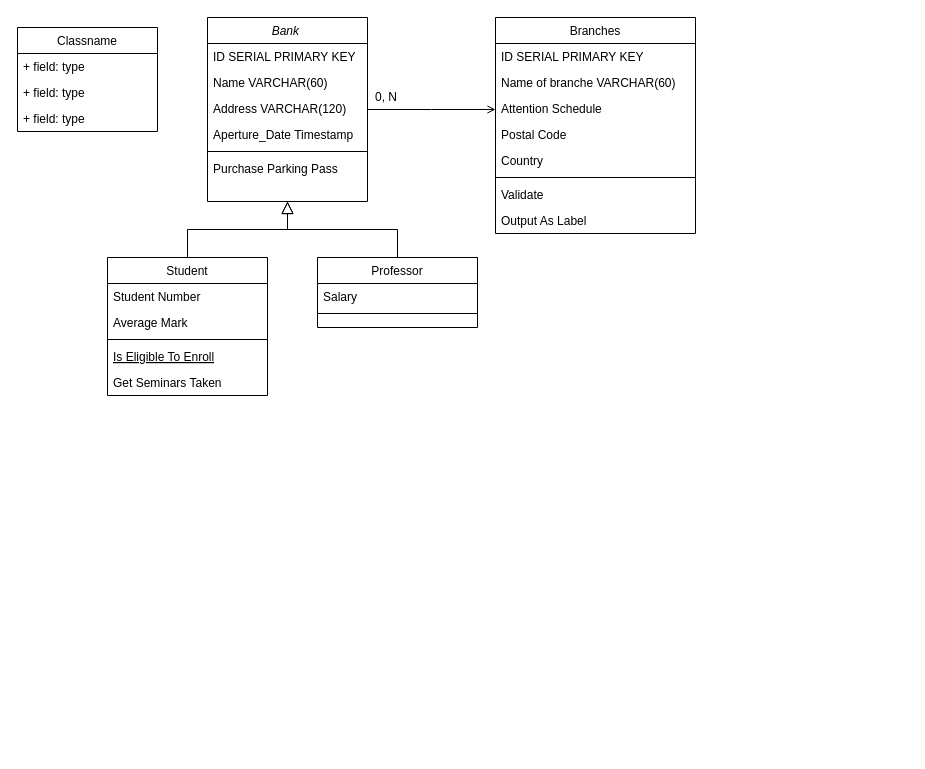
Earlier version of the draw.io diagram Untitled Diagram.drawio (ragarsa/Data_Base). Source tidied: cells renumbered, new cells numbered last; positions are measured from the earlier drawing's top-left corner, leaving out a move shared by most shapes. Both pictures are drawn from the tidied source at 100%, with x=0, y=0 at pixel (17, 17).
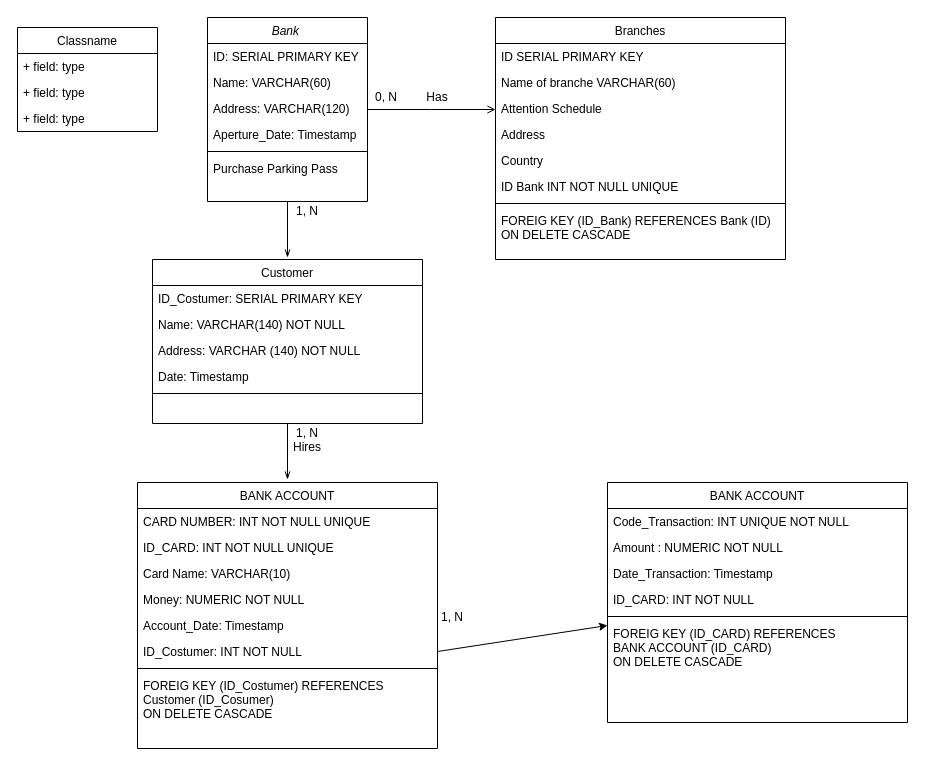
The same page after the edit.

The change refers to these unchanged cells:
```xml
<mxCell id="2" value="Bank " style="swimlane;fontStyle=2;align=center;verticalAlign=top;horizontal=1;startSize=26;rounded=0;shadow=0;strokeWidth=1;" parent="1" vertex="1">
  <mxGeometry x="190" width="160" height="184" as="geometry" />
</mxCell>
```

The edit, as a diff of the source:
```diff
@@
-    <mxCell id="3" value="ID SERIAL PRIMARY KEY" style="text;align=left;verticalAlign=top;spacingLeft=4;spacingRight=4;overflow=hidden;" parent="2" vertex="1">
+    <mxCell id="3" value="ID: SERIAL PRIMARY KEY" style="text;align=left;verticalAlign=top;spacingLeft=4;spacingRight=4;overflow=hidden;" parent="2" vertex="1">
       <mxGeometry y="26" width="160" height="26" as="geometry" />
     </mxCell>
-    <mxCell id="4" value="Name VARCHAR(60) " style="text;align=left;verticalAlign=top;spacingLeft=4;spacingRight=4;overflow=hidden;rounded=0;shadow=0;html=0;" parent="2" vertex="1">
+    <mxCell id="4" value="Name: VARCHAR(60) " style="text;align=left;verticalAlign=top;spacingLeft=4;spacingRight=4;overflow=hidden;rounded=0;shadow=0;html=0;" parent="2" vertex="1">
       <mxGeometry y="52" width="160" height="26" as="geometry" />
     </mxCell>
-    <mxCell id="5" value="Address VARCHAR(120)" style="text;align=left;verticalAlign=top;spacingLeft=4;spacingRight=4;overflow=hidden;" parent="2" vertex="1">
+    <mxCell id="5" value="Address: VARCHAR(120)" style="text;align=left;verticalAlign=top;spacingLeft=4;spacingRight=4;overflow=hidden;" parent="2" vertex="1">
       <mxGeometry y="78" width="160" height="26" as="geometry" />
     </mxCell>
-    <mxCell id="6" value="Aperture_Date Timestamp" style="text;align=left;verticalAlign=top;spacingLeft=4;spacingRight=4;overflow=hidden;rounded=0;shadow=0;html=0;" parent="2" vertex="1">
+    <mxCell id="6" value="Aperture_Date: Timestamp" style="text;align=left;verticalAlign=top;spacingLeft=4;spacingRight=4;overflow=hidden;rounded=0;shadow=0;html=0;" parent="2" vertex="1">
       <mxGeometry y="104" width="160" height="26" as="geometry" />
     </mxCell>
@@
-    <mxCell id="9" value="Student" style="swimlane;fontStyle=0;align=center;verticalAlign=top;horizontal=1;startSize=26;rounded=0;shadow=0;strokeWidth=1;" parent="1" vertex="1">
-      <mxGeometry x="90" y="240" width="160" height="138" as="geometry" />
+    <mxCell id="9" value="BANK ACCOUNT" style="swimlane;fontStyle=0;align=center;verticalAlign=top;horizontal=1;startSize=26;rounded=0;shadow=0;strokeWidth=1;" parent="1" vertex="1">
+      <mxGeometry x="120" y="465" width="300" height="266" as="geometry" />
     </mxCell>
-    <mxCell id="10" value="Student Number" style="text;align=left;verticalAlign=top;spacingLeft=4;spacingRight=4;overflow=hidden;" parent="9" vertex="1">
-      <mxGeometry y="26" width="160" height="26" as="geometry" />
+    <mxCell id="10" value="CARD NUMBER: INT NOT NULL UNIQUE " style="text;align=left;verticalAlign=top;spacingLeft=4;spacingRight=4;overflow=hidden;" parent="9" vertex="1">
+      <mxGeometry y="26" width="300" height="26" as="geometry" />
     </mxCell>
+    <mxCell id="35" value="ID_CARD: INT NOT NULL UNIQUE" style="text;align=left;verticalAlign=top;spacingLeft=4;spacingRight=4;overflow=hidden;" parent="9" vertex="1">
+      <mxGeometry y="52" width="300" height="26" as="geometry" />
+    </mxCell>
-    <mxCell id="11" value="Average Mark" style="text;align=left;verticalAlign=top;spacingLeft=4;spacingRight=4;overflow=hidden;rounded=0;shadow=0;html=0;" parent="9" vertex="1">
-      <mxGeometry y="52" width="160" height="26" as="geometry" />
+    <mxCell id="11" value="Card Name: VARCHAR(10)" style="text;align=left;verticalAlign=top;spacingLeft=4;spacingRight=4;overflow=hidden;rounded=0;shadow=0;html=0;" parent="9" vertex="1">
+      <mxGeometry y="78" width="300" height="26" as="geometry" />
     </mxCell>
+    <mxCell id="36" value="Money: NUMERIC NOT NULL" style="text;align=left;verticalAlign=top;spacingLeft=4;spacingRight=4;overflow=hidden;rounded=0;shadow=0;html=0;" parent="9" vertex="1">
+      <mxGeometry y="104" width="300" height="26" as="geometry" />
+    </mxCell>
+    <mxCell id="37" value="Account_Date: Timestamp" style="text;align=left;verticalAlign=top;spacingLeft=4;spacingRight=4;overflow=hidden;rounded=0;shadow=0;html=0;" parent="9" vertex="1">
+      <mxGeometry y="130" width="300" height="26" as="geometry" />
+    </mxCell>
+    <mxCell id="38" value="ID_Costumer: INT NOT NULL" style="text;align=left;verticalAlign=top;spacingLeft=4;spacingRight=4;overflow=hidden;points=[[0,0.5],[1,0.5]];portConstraint=eastwest;rounded=0;shadow=0;html=0;" parent="9" vertex="1">
+      <mxGeometry y="156" width="300" height="26" as="geometry" />
+    </mxCell>
     <mxCell id="12" style="line;html=1;strokeWidth=1;align=left;verticalAlign=middle;spacingTop=-1;spacingLeft=3;spacingRight=3;labelPosition=right;" parent="9" vertex="1">
-      <mxGeometry y="78" width="160" height="8" as="geometry" />
+      <mxGeometry y="182" width="300" height="8" as="geometry" />
     </mxCell>
-    <mxCell id="13" value="Is Eligible To Enroll" style="text;align=left;verticalAlign=top;spacingLeft=4;spacingRight=4;overflow=hidden;fontStyle=4;" parent="9" vertex="1">
-      <mxGeometry y="86" width="160" height="26" as="geometry" />
-    </mxCell>
-    <mxCell id="14" value="Get Seminars Taken" style="text;align=left;verticalAlign=top;spacingLeft=4;spacingRight=4;overflow=hidden;" parent="9" vertex="1">
-      <mxGeometry y="112" width="160" height="26" as="geometry" />
+    <mxCell id="14" value="FOREIG KEY (ID_Costumer) REFERENCES &#10;Customer (ID_Cosumer) &#10;ON DELETE CASCADE" style="text;align=left;verticalAlign=top;spacingLeft=4;spacingRight=4;overflow=hidden;" parent="9" vertex="1">
+      <mxGeometry y="190" width="300" height="76" as="geometry" />
     </mxCell>
-    <mxCell id="15" style="endArrow=block;endSize=10;endFill=0;shadow=0;strokeWidth=1;rounded=0;edgeStyle=elbowEdgeStyle;elbow=vertical;" parent="1" edge="1" source="9" target="2">
-      <mxGeometry relative="1" as="geometry" />
-    </mxCell>
-    <mxCell id="16" value="Professor" style="swimlane;fontStyle=0;align=center;verticalAlign=top;horizontal=1;startSize=26;rounded=0;shadow=0;strokeWidth=1;" parent="1" vertex="1">
-      <mxGeometry x="300" y="240" width="160" height="70" as="geometry" />
+    <mxCell id="16" value="Customer" style="swimlane;fontStyle=0;align=center;verticalAlign=top;horizontal=1;startSize=26;rounded=0;shadow=0;strokeWidth=1;" parent="1" vertex="1">
+      <mxGeometry x="135" y="242" width="270" height="164" as="geometry" />
     </mxCell>
+    <mxCell id="39" value="ID_Costumer: SERIAL PRIMARY KEY" style="text;align=left;verticalAlign=top;spacingLeft=4;spacingRight=4;overflow=hidden;" parent="16" vertex="1">
+      <mxGeometry y="26" width="270" height="26" as="geometry" />
+    </mxCell>
-    <mxCell id="17" value="Salary" style="text;align=left;verticalAlign=top;spacingLeft=4;spacingRight=4;overflow=hidden;" parent="16" vertex="1">
-      <mxGeometry y="26" width="160" height="26" as="geometry" />
+    <mxCell id="17" value="Name: VARCHAR(140) NOT NULL" style="text;align=left;verticalAlign=top;spacingLeft=4;spacingRight=4;overflow=hidden;" parent="16" vertex="1">
+      <mxGeometry y="52" width="270" height="26" as="geometry" />
     </mxCell>
+    <mxCell id="40" value="Address: VARCHAR (140) NOT NULL " style="text;align=left;verticalAlign=top;spacingLeft=4;spacingRight=4;overflow=hidden;" parent="16" vertex="1">
+      <mxGeometry y="78" width="270" height="26" as="geometry" />
+    </mxCell>
+    <mxCell id="41" value="Date: Timestamp" style="text;align=left;verticalAlign=top;spacingLeft=4;spacingRight=4;overflow=hidden;" parent="16" vertex="1">
+      <mxGeometry y="104" width="270" height="26" as="geometry" />
+    </mxCell>
     <mxCell id="18" style="line;html=1;strokeWidth=1;align=left;verticalAlign=middle;spacingTop=-1;spacingLeft=3;spacingRight=3;labelPosition=right;" parent="16" vertex="1">
-      <mxGeometry y="52" width="160" height="8" as="geometry" />
+      <mxGeometry y="130" width="270" height="8" as="geometry" />
     </mxCell>
-    <mxCell id="19" style="endArrow=block;endSize=10;endFill=0;shadow=0;strokeWidth=1;rounded=0;edgeStyle=elbowEdgeStyle;elbow=vertical;" parent="1" edge="1" source="16" target="2">
-      <mxGeometry relative="1" as="geometry" />
-    </mxCell>
     <mxCell id="20" value="Branches" style="swimlane;fontStyle=0;align=center;verticalAlign=top;horizontal=1;startSize=26;rounded=0;shadow=0;strokeWidth=1;" parent="1" vertex="1">
-      <mxGeometry x="478" width="200" height="216" as="geometry" />
+      <mxGeometry x="478" width="290" height="242" as="geometry" />
     </mxCell>
     <mxCell id="21" value="ID SERIAL PRIMARY KEY" style="text;align=left;verticalAlign=top;spacingLeft=4;spacingRight=4;overflow=hidden;" parent="20" vertex="1">
-      <mxGeometry y="26" width="200" height="26" as="geometry" />
+      <mxGeometry y="26" width="290" height="26" as="geometry" />
     </mxCell>
     <mxCell id="22" value="Name of branche VARCHAR(60)" style="text;align=left;verticalAlign=top;spacingLeft=4;spacingRight=4;overflow=hidden;rounded=0;shadow=0;html=0;" parent="20" vertex="1">
-      <mxGeometry y="52" width="200" height="26" as="geometry" />
+      <mxGeometry y="52" width="290" height="26" as="geometry" />
     </mxCell>
     <mxCell id="23" value="Attention Schedule " style="text;align=left;verticalAlign=top;spacingLeft=4;spacingRight=4;overflow=hidden;rounded=0;shadow=0;html=0;" parent="20" vertex="1">
-      <mxGeometry y="78" width="200" height="26" as="geometry" />
+      <mxGeometry y="78" width="290" height="26" as="geometry" />
     </mxCell>
-    <mxCell id="24" value="Postal Code" style="text;align=left;verticalAlign=top;spacingLeft=4;spacingRight=4;overflow=hidden;rounded=0;shadow=0;html=0;" parent="20" vertex="1">
-      <mxGeometry y="104" width="200" height="26" as="geometry" />
+    <mxCell id="24" value="Address" style="text;align=left;verticalAlign=top;spacingLeft=4;spacingRight=4;overflow=hidden;rounded=0;shadow=0;html=0;" parent="20" vertex="1">
+      <mxGeometry y="104" width="290" height="26" as="geometry" />
     </mxCell>
     <mxCell id="25" value="Country" style="text;align=left;verticalAlign=top;spacingLeft=4;spacingRight=4;overflow=hidden;rounded=0;shadow=0;html=0;" parent="20" vertex="1">
-      <mxGeometry y="130" width="200" height="26" as="geometry" />
+      <mxGeometry y="130" width="290" height="26" as="geometry" />
     </mxCell>
+    <mxCell id="42" value="ID Bank INT NOT NULL UNIQUE" style="text;align=left;verticalAlign=top;spacingLeft=4;spacingRight=4;overflow=hidden;rounded=0;shadow=0;html=0;" parent="20" vertex="1">
+      <mxGeometry y="156" width="290" height="26" as="geometry" />
+    </mxCell>
     <mxCell id="26" style="line;html=1;strokeWidth=1;align=left;verticalAlign=middle;spacingTop=-1;spacingLeft=3;spacingRight=3;labelPosition=right;" parent="20" vertex="1">
-      <mxGeometry y="156" width="200" height="8" as="geometry" />
+      <mxGeometry y="182" width="290" height="8" as="geometry" />
     </mxCell>
-    <mxCell id="27" value="Validate" style="text;align=left;verticalAlign=top;spacingLeft=4;spacingRight=4;overflow=hidden;" parent="20" vertex="1">
-      <mxGeometry y="164" width="200" height="26" as="geometry" />
+    <mxCell id="27" value="FOREIG KEY (ID_Bank) REFERENCES Bank (ID)&#10;ON DELETE CASCADE " style="text;align=left;verticalAlign=top;spacingLeft=4;spacingRight=4;overflow=hidden;" parent="20" vertex="1">
+      <mxGeometry y="190" width="290" height="40" as="geometry" />
     </mxCell>
-    <mxCell id="28" value="Output As Label" style="text;align=left;verticalAlign=top;spacingLeft=4;spacingRight=4;overflow=hidden;" parent="20" vertex="1">
-      <mxGeometry y="190" width="200" height="26" as="geometry" />
-    </mxCell>
@@
+    <mxCell id="43" style="endArrow=openThin;endFill=0;html=1;exitX=0.5;exitY=1;exitDx=0;exitDy=0;" parent="1" edge="1" source="2">
+      <mxGeometry relative="1" as="geometry">
+        <mxPoint x="270" y="240" as="targetPoint" />
+      </mxGeometry>
+    </mxCell>
+    <mxCell id="44" value="Has" style="text;html=1;strokeColor=none;fillColor=none;align=center;verticalAlign=middle;whiteSpace=wrap;rounded=0;" parent="1" vertex="1">
+      <mxGeometry x="400" y="70" width="40" height="20" as="geometry" />
+    </mxCell>
+    <mxCell id="45" value="1, N" style="text;html=1;strokeColor=none;fillColor=none;align=center;verticalAlign=middle;whiteSpace=wrap;rounded=0;" parent="1" vertex="1">
+      <mxGeometry x="270" y="184" width="40" height="20" as="geometry" />
+    </mxCell>
+    <mxCell id="46" style="endArrow=openThin;endFill=0;html=1;exitX=0.5;exitY=1;exitDx=0;exitDy=0;" parent="1" edge="1">
+      <mxGeometry relative="1" as="geometry">
+        <mxPoint x="270" y="406" as="sourcePoint" />
+        <mxPoint x="270" y="462" as="targetPoint" />
+      </mxGeometry>
+    </mxCell>
+    <mxCell id="47" value="Hires" style="text;html=1;strokeColor=none;fillColor=none;align=center;verticalAlign=middle;whiteSpace=wrap;rounded=0;" parent="1" vertex="1">
+      <mxGeometry x="270" y="420" width="40" height="20" as="geometry" />
+    </mxCell>
+    <mxCell id="48" value="1, N" style="text;html=1;strokeColor=none;fillColor=none;align=center;verticalAlign=middle;whiteSpace=wrap;rounded=0;" parent="1" vertex="1">
+      <mxGeometry x="155" y="406" width="270" height="20" as="geometry" />
+    </mxCell>
+    <mxCell id="49" style="endArrow=classic;html=1;exitX=1;exitY=0.5;exitDx=0;exitDy=0;" parent="1" edge="1" source="38">
+      <mxGeometry relative="1" as="geometry">
+        <mxPoint x="590" y="608" as="targetPoint" />
+      </mxGeometry>
+    </mxCell>
+    <mxCell id="50" value="1, N" style="text;html=1;strokeColor=none;fillColor=none;align=center;verticalAlign=middle;whiteSpace=wrap;rounded=0;" parent="1" vertex="1">
+      <mxGeometry x="300" y="590" width="270" height="20" as="geometry" />
+    </mxCell>
+    <mxCell id="51" value="BANK ACCOUNT" style="swimlane;fontStyle=0;align=center;verticalAlign=top;horizontal=1;startSize=26;rounded=0;shadow=0;strokeWidth=1;" parent="1" vertex="1">
+      <mxGeometry x="590" y="465" width="300" height="240" as="geometry" />
+    </mxCell>
+    <mxCell id="52" value="Code_Transaction: INT UNIQUE NOT NULL " style="text;align=left;verticalAlign=top;spacingLeft=4;spacingRight=4;overflow=hidden;" parent="51" vertex="1">
+      <mxGeometry y="26" width="300" height="26" as="geometry" />
+    </mxCell>
+    <mxCell id="53" value="Amount : NUMERIC NOT NULL" style="text;align=left;verticalAlign=top;spacingLeft=4;spacingRight=4;overflow=hidden;rounded=0;shadow=0;html=0;" parent="51" vertex="1">
+      <mxGeometry y="52" width="300" height="26" as="geometry" />
+    </mxCell>
+    <mxCell id="54" value="Date_Transaction: Timestamp" style="text;align=left;verticalAlign=top;spacingLeft=4;spacingRight=4;overflow=hidden;rounded=0;shadow=0;html=0;" parent="51" vertex="1">
+      <mxGeometry y="78" width="300" height="26" as="geometry" />
+    </mxCell>
+    <mxCell id="55" value="ID_CARD: INT NOT NULL" style="text;align=left;verticalAlign=top;spacingLeft=4;spacingRight=4;overflow=hidden;rounded=0;shadow=0;html=0;" parent="51" vertex="1">
+      <mxGeometry y="104" width="300" height="26" as="geometry" />
+    </mxCell>
+    <mxCell id="56" style="line;html=1;strokeWidth=1;align=left;verticalAlign=middle;spacingTop=-1;spacingLeft=3;spacingRight=3;labelPosition=right;" parent="51" vertex="1">
+      <mxGeometry y="130" width="300" height="8" as="geometry" />
+    </mxCell>
+    <mxCell id="57" value="FOREIG KEY (ID_CARD) REFERENCES &#10;BANK ACCOUNT (ID_CARD) &#10;ON DELETE CASCADE" style="text;align=left;verticalAlign=top;spacingLeft=4;spacingRight=4;overflow=hidden;" parent="51" vertex="1">
+      <mxGeometry y="138" width="300" height="76" as="geometry" />
+    </mxCell>
```
